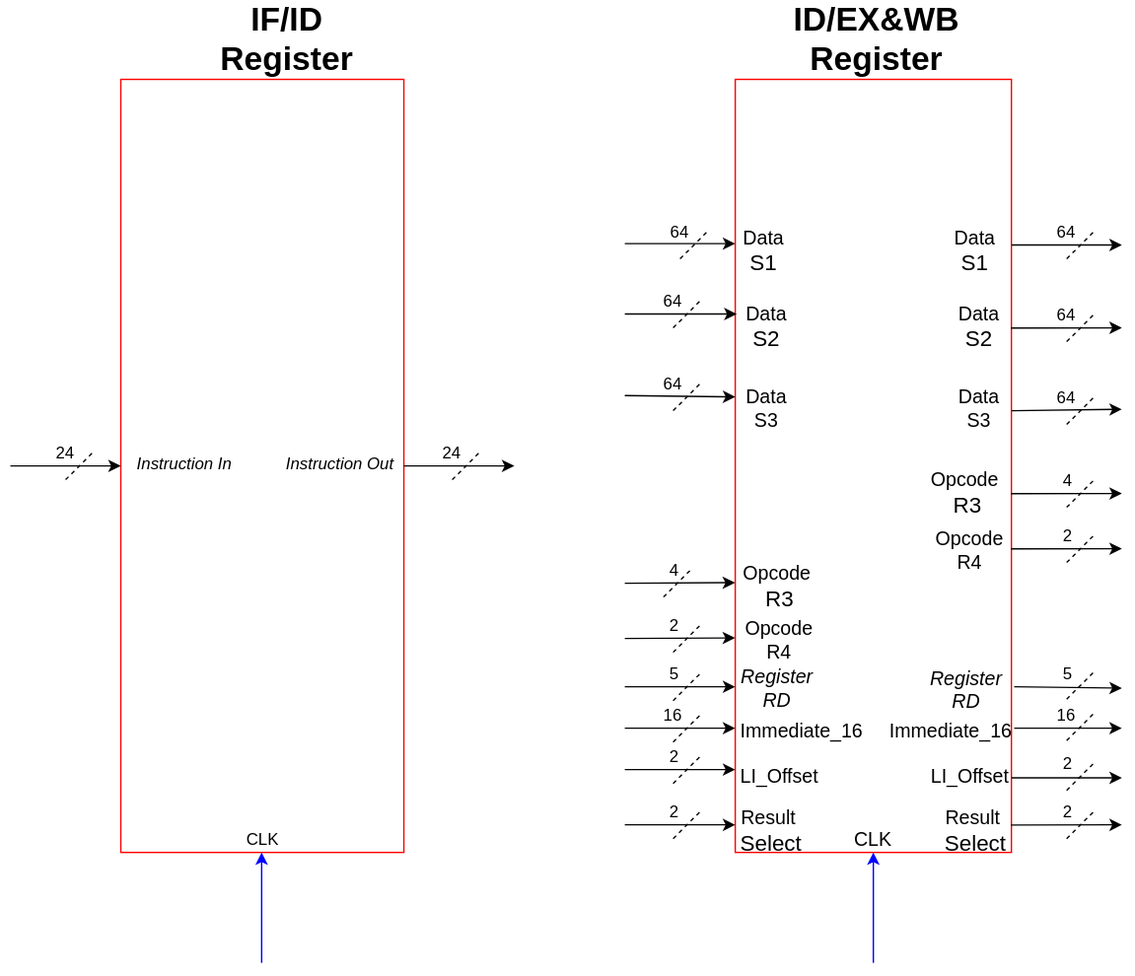
WilmerSuarez/Multimedia_Processor_ESE345 keeps this draw.io diagram as Block_Diagrams_Schematic/Pipeline_Registers/Pipeline_Registers.svg. Above is the earlier version. Source tidied: cells renumbered, new cells last; positions are measured from the earlier drawing's top-left corner, leaving out a move shared by most shapes.
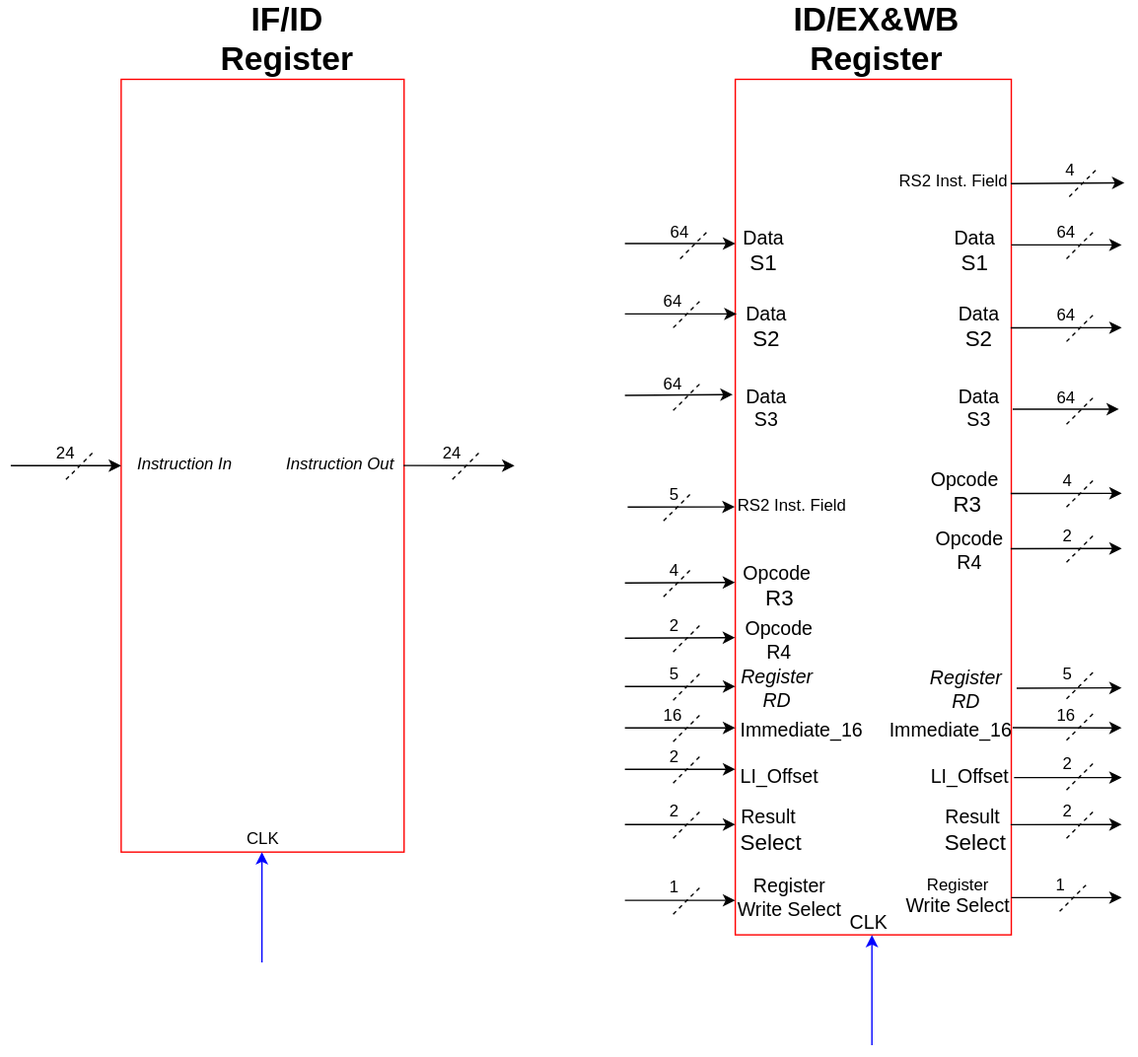
Later version of the same file.

Diff of the diagram source:
```diff
@@ -69,13 +69,13 @@
       </mxGeometry>
     </mxCell>
     <mxCell id="18" style="rounded=0;whiteSpace=wrap;html=1;strokeColor=#FF0000;" parent="1" vertex="1">
-      <mxGeometry x="525" y="40" width="200" height="560" as="geometry" />
+      <mxGeometry x="525" y="40" width="200" height="620" as="geometry" />
     </mxCell>
     <mxCell id="19" value="&lt;b&gt;&lt;font style=&quot;font-size: 24px&quot;&gt;ID/EX&amp;amp;WB Register&lt;/font&gt;&lt;/b&gt;" style="text;html=1;strokeColor=none;fillColor=none;align=center;verticalAlign=middle;whiteSpace=wrap;rounded=0;" parent="1" vertex="1">
       <mxGeometry x="585" width="85" height="20" as="geometry" />
     </mxCell>
     <mxCell id="20" value="&lt;font style=&quot;font-size: 14px&quot;&gt;CLK&lt;/font&gt;" style="text;html=1;strokeColor=none;fillColor=none;align=center;verticalAlign=middle;whiteSpace=wrap;rounded=0;" parent="1" vertex="1">
-      <mxGeometry x="605" y="580" width="40" height="20" as="geometry" />
+      <mxGeometry x="602" y="640" width="40" height="20" as="geometry" />
     </mxCell>
     <mxCell id="21" style="endArrow=classic;html=1;strokeColor=#030303;" parent="1" edge="1">
       <mxGeometry relative="1" as="geometry">
@@ -85,8 +85,8 @@
     </mxCell>
     <mxCell id="22" style="endArrow=classic;html=1;strokeColor=#0000FF;" parent="1" edge="1">
       <mxGeometry relative="1" as="geometry">
-        <mxPoint x="625" y="680" as="sourcePoint" />
-        <mxPoint x="625" y="600" as="targetPoint" />
+        <mxPoint x="624" y="740" as="sourcePoint" />
+        <mxPoint x="624" y="660" as="targetPoint" />
       </mxGeometry>
     </mxCell>
     <mxCell id="23" style="endArrow=classic;html=1;strokeColor=#030303;" parent="1" edge="1">
@@ -95,7 +95,7 @@
         <mxPoint x="526" y="210" as="targetPoint" />
       </mxGeometry>
     </mxCell>
-    <mxCell id="24" style="endArrow=classic;html=1;strokeColor=#030303;entryX=0;entryY=0.409;entryPerimeter=0;" parent="1" edge="1" target="18">
+    <mxCell id="24" style="endArrow=classic;html=1;strokeColor=#030303;entryX=-0.01;entryY=0.369;entryPerimeter=0;" parent="1" edge="1" target="18">
       <mxGeometry relative="1" as="geometry">
         <mxPoint x="445" y="269" as="sourcePoint" />
       </mxGeometry>
@@ -220,8 +220,9 @@
     <mxCell id="55" style="edgeStyle=none;shape=arrow;rounded=0;html=1;exitX=0.25;exitY=0;entryX=0.25;entryY=0;shadow=0;jettySize=auto;orthogonalLoop=1;strokeColor=#030303;fillColor=#000099;" parent="1" edge="1" source="19" target="19">
       <mxGeometry relative="1" as="geometry" />
     </mxCell>
-    <mxCell id="56" style="endArrow=classic;html=1;shadow=0;strokeColor=#030303;fillColor=#000099;exitX=1.004;exitY=0.903;exitPerimeter=0;" parent="1" edge="1" source="18">
+    <mxCell id="56" style="endArrow=classic;html=1;shadow=0;strokeColor=#030303;fillColor=#000099;" parent="1" edge="1">
       <mxGeometry relative="1" as="geometry">
+        <mxPoint x="727" y="546" as="sourcePoint" />
         <mxPoint x="805" y="546" as="targetPoint" />
       </mxGeometry>
     </mxCell>
@@ -310,9 +311,10 @@
         <mxPoint x="80" y="320" as="targetPoint" />
       </mxGeometry>
     </mxCell>
-    <mxCell id="75" style="endArrow=classic;html=1;shadow=0;strokeColor=#030303;fillColor=#000099;exitX=0.998;exitY=0.427;exitPerimeter=0;" parent="1" edge="1" source="18">
+    <mxCell id="75" style="endArrow=classic;html=1;shadow=0;strokeColor=#030303;fillColor=#000099;exitX=1.015;exitY=0.385;exitPerimeter=0;" parent="1" edge="1">
       <mxGeometry relative="1" as="geometry">
-        <mxPoint x="805" y="279" as="targetPoint" />
+        <mxPoint x="726" y="279" as="sourcePoint" />
+        <mxPoint x="803" y="279" as="targetPoint" />
       </mxGeometry>
     </mxCell>
     <mxCell id="76" style="endArrow=classic;html=1;shadow=0;strokeColor=#030303;fillColor=#000099;exitX=0.998;exitY=0.427;exitPerimeter=0;" parent="1" edge="1">
@@ -354,7 +356,7 @@
     <mxCell id="83" value="5" style="text;html=1;strokeColor=none;fillColor=none;align=center;verticalAlign=middle;whiteSpace=wrap;rounded=0;" parent="1" vertex="1">
       <mxGeometry x="460" y="460" width="40" height="20" as="geometry" />
     </mxCell>
-    <mxCell id="84" style="endArrow=classic;html=1;shadow=0;strokeColor=#030303;fillColor=#000099;exitX=1.007;exitY=0.787;exitPerimeter=0;" parent="1" edge="1" source="18">
+    <mxCell id="84" style="endArrow=classic;html=1;shadow=0;strokeColor=#030303;fillColor=#000099;exitX=1.02;exitY=0.711;exitPerimeter=0;" parent="1" edge="1" source="18">
       <mxGeometry relative="1" as="geometry">
         <mxPoint x="805" y="481" as="targetPoint" />
       </mxGeometry>
@@ -392,5 +394,78 @@
         <mxPoint x="805" y="580" as="targetPoint" />
       </mxGeometry>
     </mxCell>
+    <mxCell id="91" value="&lt;div style=&quot;text-align: center&quot;&gt;&lt;span style=&quot;font-size: 14px&quot;&gt;Register&lt;/span&gt;&lt;/div&gt;&lt;div style=&quot;text-align: center&quot;&gt;&lt;span style=&quot;font-size: 14px&quot;&gt;Write Select&lt;/span&gt;&lt;/div&gt;" style="text;html=1;" parent="1" vertex="1">
+      <mxGeometry x="525" y="610" width="52" height="40" as="geometry" />
+    </mxCell>
+    <mxCell id="92" style="edgeStyle=none;shape=arrow;rounded=0;html=1;exitX=0.75;exitY=1;entryX=0.75;entryY=1;shadow=0;jettySize=auto;orthogonalLoop=1;strokeColor=#030303;fillColor=#000099;" parent="1" edge="1" source="18" target="18">
+      <mxGeometry relative="1" as="geometry" />
+    </mxCell>
+    <mxCell id="93" style="endArrow=classic;html=1;shadow=0;strokeColor=#030303;fillColor=#000099;" parent="1" edge="1">
+      <mxGeometry relative="1" as="geometry">
+        <mxPoint x="445" y="635" as="sourcePoint" />
+        <mxPoint x="525" y="635" as="targetPoint" />
+      </mxGeometry>
+    </mxCell>
+    <mxCell id="94" style="endArrow=none;dashed=1;html=1;strokeColor=#030303;" parent="1" edge="1">
+      <mxGeometry relative="1" as="geometry">
+        <mxPoint x="480" y="645" as="sourcePoint" />
+        <mxPoint x="500" y="625" as="targetPoint" />
+      </mxGeometry>
+    </mxCell>
+    <mxCell id="95" value="1" style="text;html=1;strokeColor=none;fillColor=none;align=center;verticalAlign=middle;whiteSpace=wrap;rounded=0;" parent="1" vertex="1">
+      <mxGeometry x="460" y="615" width="40" height="20" as="geometry" />
+    </mxCell>
+    <mxCell id="96" value="&lt;div style=&quot;text-align: center&quot;&gt;&lt;font style=&quot;font-size: 12px&quot;&gt;Register&lt;/font&gt;&lt;/div&gt;&lt;div style=&quot;text-align: center&quot;&gt;&lt;font style=&quot;font-size: 14px&quot;&gt;Write Select&lt;/font&gt;&lt;/div&gt;" style="text;html=1;" parent="1" vertex="1">
+      <mxGeometry x="647" y="610" width="80" height="45" as="geometry" />
+    </mxCell>
+    <mxCell id="97" style="endArrow=classic;html=1;shadow=0;strokeColor=#030303;fillColor=#000099;" parent="1" edge="1">
+      <mxGeometry relative="1" as="geometry">
+        <mxPoint x="725" y="633" as="sourcePoint" />
+        <mxPoint x="805" y="633" as="targetPoint" />
+      </mxGeometry>
+    </mxCell>
+    <mxCell id="98" style="endArrow=none;dashed=1;html=1;strokeColor=#030303;" parent="1" edge="1">
+      <mxGeometry relative="1" as="geometry">
+        <mxPoint x="760" y="643" as="sourcePoint" />
+        <mxPoint x="780" y="623" as="targetPoint" />
+      </mxGeometry>
+    </mxCell>
+    <mxCell id="99" value="1" style="text;html=1;strokeColor=none;fillColor=none;align=center;verticalAlign=middle;whiteSpace=wrap;rounded=0;" parent="1" vertex="1">
+      <mxGeometry x="740" y="613" width="40" height="20" as="geometry" />
+    </mxCell>
+    <mxCell id="100" value="RS2 Inst. Field" style="text;html=1;" parent="1" vertex="1">
+      <mxGeometry x="525" y="335" width="100" height="30" as="geometry" />
+    </mxCell>
+    <mxCell id="101" style="endArrow=classic;html=1;shadow=0;strokeColor=#030303;fillColor=#FF0000;entryX=0;entryY=0.5;" parent="1" edge="1" target="100">
+      <mxGeometry relative="1" as="geometry">
+        <mxPoint x="447" y="350" as="sourcePoint" />
+      </mxGeometry>
+    </mxCell>
+    <mxCell id="102" style="endArrow=none;dashed=1;html=1;strokeColor=#030303;" parent="1" edge="1">
+      <mxGeometry relative="1" as="geometry">
+        <mxPoint x="473" y="360" as="sourcePoint" />
+        <mxPoint x="493" y="340" as="targetPoint" />
+      </mxGeometry>
+    </mxCell>
+    <mxCell id="103" value="5" style="text;html=1;strokeColor=none;fillColor=none;align=center;verticalAlign=middle;whiteSpace=wrap;rounded=0;" parent="1" vertex="1">
+      <mxGeometry x="460" y="330" width="40" height="20" as="geometry" />
+    </mxCell>
+    <mxCell id="104" value="RS2 Inst. Field" style="text;html=1;" parent="1" vertex="1">
+      <mxGeometry x="642" y="100" width="75" height="30" as="geometry" />
+    </mxCell>
+    <mxCell id="105" style="endArrow=classic;html=1;shadow=0;strokeColor=#030303;fillColor=#FF0000;exitX=1.001;exitY=0.121;exitPerimeter=0;" parent="1" edge="1" source="18">
+      <mxGeometry relative="1" as="geometry">
+        <mxPoint x="807" y="115" as="targetPoint" />
+      </mxGeometry>
+    </mxCell>
+    <mxCell id="106" value="4" style="text;html=1;strokeColor=none;fillColor=none;align=center;verticalAlign=middle;whiteSpace=wrap;rounded=0;" parent="1" vertex="1">
+      <mxGeometry x="747" y="95" width="40" height="20" as="geometry" />
+    </mxCell>
+    <mxCell id="107" style="endArrow=none;dashed=1;html=1;strokeColor=#030303;" parent="1" edge="1">
+      <mxGeometry relative="1" as="geometry">
+        <mxPoint x="767" y="125" as="sourcePoint" />
+        <mxPoint x="787" y="105" as="targetPoint" />
+      </mxGeometry>
+    </mxCell>
   </root>
 </mxGraphModel>
```
